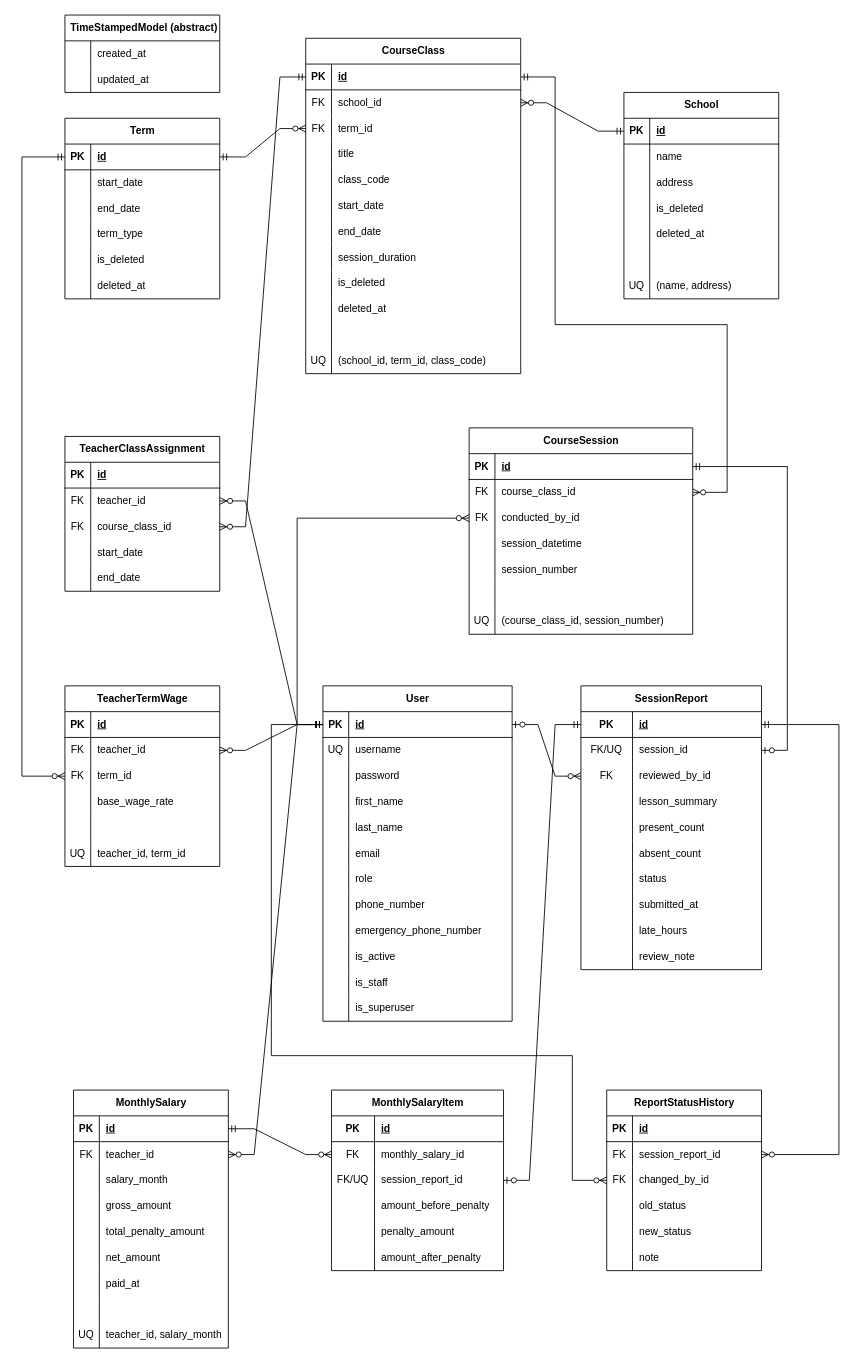
Above: docs/erd/erd.drawio in Vahidvhd/academic-operations-payroll-api (draw.io), before the change. Source tidied: cells renumbered, new cells numbered last; positions are measured from the earlier drawing's top-left corner, leaving out a move shared by most shapes. Both pictures are drawn from the tidied source at 86%, with x=0, y=0 at pixel (22, 15).
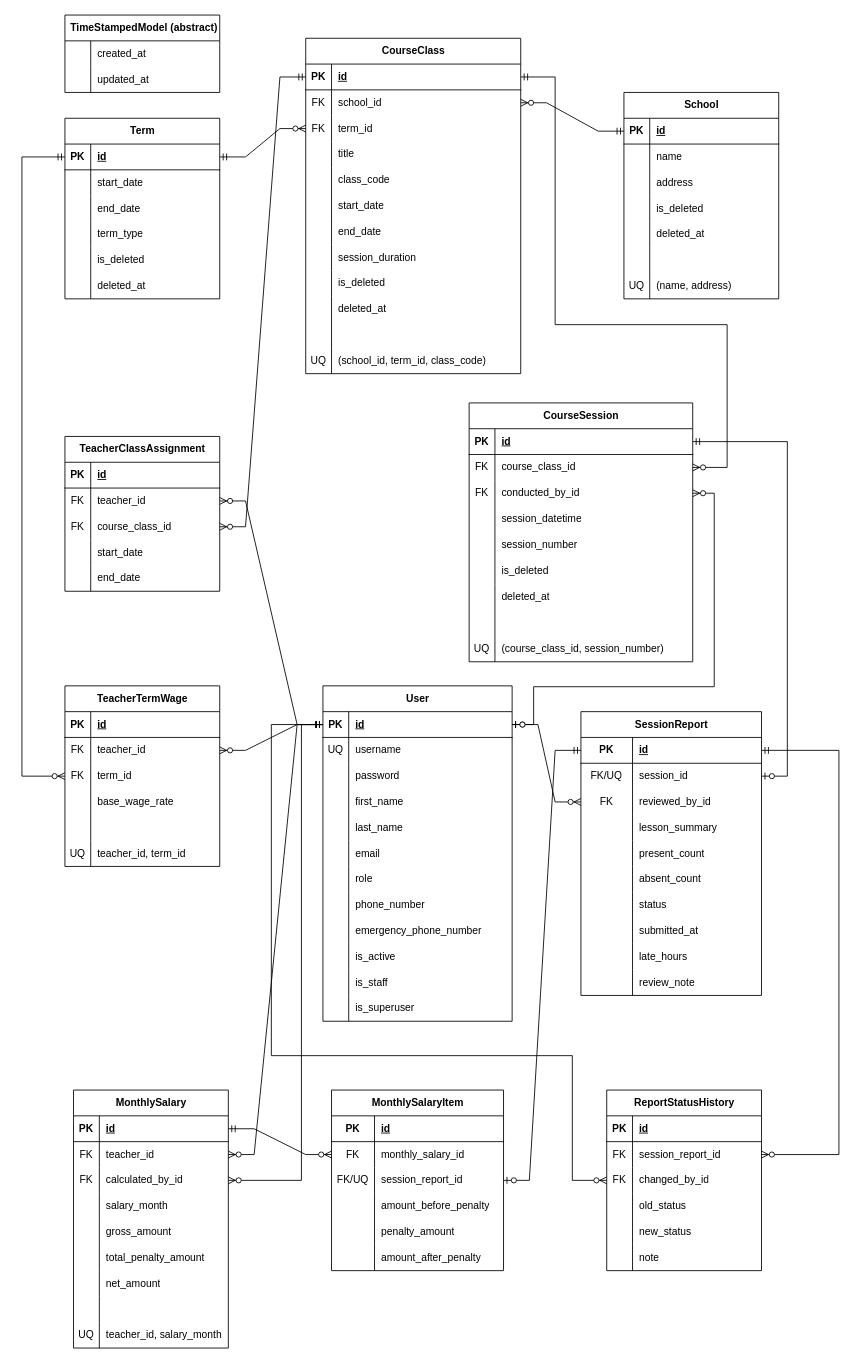
The same diagram, later.

Commit message (it also covers changes not shown here):
docs: update ERD for phase 4

The change refers to these unchanged cells:
```xml
<mxCell id="13" style="shape=tableRow;horizontal=0;startSize=0;swimlaneHead=0;swimlaneBody=0;fillColor=none;points=[[0,0.5],[1,0.5]];portConstraint=eastwest;top=0;left=0;right=0;bottom=0;" parent="9" vertex="1">
  <mxGeometry y="60" width="260" height="30" as="geometry" />
</mxCell>
<mxCell id="16" style="shape=tableRow;horizontal=0;startSize=0;swimlaneHead=0;swimlaneBody=0;fillColor=none;points=[[0,0.5],[1,0.5]];portConstraint=eastwest;top=0;left=0;right=0;bottom=0;" parent="9" vertex="1">
  <mxGeometry y="90" width="260" height="30" as="geometry" />
</mxCell>
<mxCell id="32" style="shape=tableRow;horizontal=0;startSize=0;swimlaneHead=0;swimlaneBody=0;fillColor=none;points=[[0,0.5],[1,0.5]];portConstraint=eastwest;top=0;left=0;right=0;bottom=1;" parent="31" vertex="1">
  <mxGeometry y="30" width="250" height="30" as="geometry" />
</mxCell>
<mxCell id="87" value="MonthlySalary" style="shape=table;startSize=30;childLayout=tableLayout;rowLines=0;fontStyle=1;align=center;html=1;" parent="1" vertex="1">
  <mxGeometry x="60" y="1250" width="180" height="300" as="geometry" />
</mxCell>
<mxCell id="141" style="shape=tableRow;horizontal=0;startSize=0;swimlaneHead=0;swimlaneBody=0;fillColor=none;points=[[0,0.5],[1,0.5]];portConstraint=eastwest;top=0;left=0;right=0;bottom=0;" parent="137" vertex="1">
  <mxGeometry y="60" width="180" height="30" as="geometry" />
</mxCell>
<mxCell id="157" style="shape=tableRow;horizontal=0;startSize=0;swimlaneHead=0;swimlaneBody=0;fillColor=none;points=[[0,0.5],[1,0.5]];portConstraint=eastwest;top=0;left=0;right=0;bottom=1;" parent="156" vertex="1">
  <mxGeometry y="30" width="220" height="30" as="geometry" />
</mxCell>
<mxCell id="210" style="shape=tableRow;horizontal=0;startSize=0;swimlaneHead=0;swimlaneBody=0;fillColor=none;points=[[0,0.5],[1,0.5]];portConstraint=eastwest;top=0;left=0;right=0;bottom=1;" parent="209" vertex="1">
  <mxGeometry y="30" width="210" height="30" as="geometry" />
</mxCell>
```

What changed in the source:
```diff
@@
     <mxCell id="9" value="CourseSession" style="shape=table;startSize=30;childLayout=tableLayout;rowLines=0;fontStyle=1;align=center;html=1;" parent="1" vertex="1">
-      <mxGeometry x="520" y="480" width="260" height="240" as="geometry" />
+      <mxGeometry x="520" y="451" width="260" height="301" as="geometry" />
     </mxCell>
@@
     <mxCell id="25" style="shape=tableRow;horizontal=0;startSize=0;swimlaneHead=0;swimlaneBody=0;fillColor=none;top=0;left=0;right=0;bottom=0;" parent="9" vertex="1">
-      <mxGeometry y="180" width="260" height="30" as="geometry" />
+      <mxGeometry y="180" width="260" height="31" as="geometry" />
     </mxCell>
     <mxCell id="26" style="shape=partialRectangle;fillColor=none;top=0;left=0;bottom=0;right=0;overflow=hidden;whiteSpace=wrap;html=1;" parent="25" vertex="1">
-      <mxGeometry width="30" height="30" as="geometry" />
+      <mxGeometry width="30" height="31" as="geometry" />
     </mxCell>
-    <mxCell id="27" style="shape=partialRectangle;fillColor=none;top=0;left=0;bottom=0;right=0;align=left;spacingLeft=6;overflow=hidden;whiteSpace=wrap;html=1;" parent="25" vertex="1">
-      <mxGeometry x="30" width="230" height="30" as="geometry" />
+    <mxCell id="27" value="is_deleted" style="shape=partialRectangle;fillColor=none;top=0;left=0;bottom=0;right=0;align=left;spacingLeft=6;overflow=hidden;whiteSpace=wrap;html=1;" parent="25" vertex="1">
+      <mxGeometry x="30" width="230" height="31" as="geometry" />
     </mxCell>
+    <mxCell id="293" style="shape=tableRow;horizontal=0;startSize=0;swimlaneHead=0;swimlaneBody=0;fillColor=none;top=0;left=0;right=0;bottom=0;" parent="9" vertex="1">
+      <mxGeometry y="211" width="260" height="30" as="geometry" />
+    </mxCell>
+    <mxCell id="294" style="shape=partialRectangle;fillColor=none;top=0;left=0;bottom=0;right=0;overflow=hidden;whiteSpace=wrap;html=1;" parent="293" vertex="1">
+      <mxGeometry width="30" height="30" as="geometry" />
+    </mxCell>
+    <mxCell id="295" value="deleted_at" style="shape=partialRectangle;fillColor=none;top=0;left=0;bottom=0;right=0;align=left;spacingLeft=6;overflow=hidden;whiteSpace=wrap;html=1;" parent="293" vertex="1">
+      <mxGeometry x="30" width="230" height="30" as="geometry" />
+    </mxCell>
+    <mxCell id="296" style="shape=tableRow;horizontal=0;startSize=0;swimlaneHead=0;swimlaneBody=0;fillColor=none;top=0;left=0;right=0;bottom=0;" parent="9" vertex="1">
+      <mxGeometry y="241" width="260" height="30" as="geometry" />
+    </mxCell>
+    <mxCell id="297" style="shape=partialRectangle;fillColor=none;top=0;left=0;bottom=0;right=0;overflow=hidden;whiteSpace=wrap;html=1;" parent="296" vertex="1">
+      <mxGeometry width="30" height="30" as="geometry" />
+    </mxCell>
+    <mxCell id="298" style="shape=partialRectangle;fillColor=none;top=0;left=0;bottom=0;right=0;align=left;spacingLeft=6;overflow=hidden;whiteSpace=wrap;html=1;" parent="296" vertex="1">
+      <mxGeometry x="30" width="230" height="30" as="geometry" />
+    </mxCell>
     <mxCell id="28" style="shape=tableRow;horizontal=0;startSize=0;swimlaneHead=0;swimlaneBody=0;fillColor=none;top=0;left=0;right=0;bottom=0;" parent="9" vertex="1">
-      <mxGeometry y="210" width="260" height="30" as="geometry" />
+      <mxGeometry y="271" width="260" height="30" as="geometry" />
     </mxCell>
@@
+    <mxCell id="299" style="shape=tableRow;horizontal=0;startSize=0;swimlaneHead=0;swimlaneBody=0;fillColor=none;points=[[0,0.5],[1,0.5]];portConstraint=eastwest;top=0;left=0;right=0;bottom=0;" parent="87" vertex="1">
+      <mxGeometry y="90" width="180" height="30" as="geometry" />
+    </mxCell>
+    <mxCell id="300" value="FK" style="shape=partialRectangle;fillColor=none;top=0;left=0;bottom=0;right=0;overflow=hidden;whiteSpace=wrap;html=1;" parent="299" vertex="1">
+      <mxGeometry width="30" height="30" as="geometry" />
+    </mxCell>
+    <mxCell id="301" value="calculated_by_id" style="shape=partialRectangle;fillColor=none;top=0;left=0;bottom=0;right=0;align=left;spacingLeft=6;overflow=hidden;whiteSpace=wrap;html=1;" parent="299" vertex="1">
+      <mxGeometry x="30" width="150" height="30" as="geometry" />
+    </mxCell>
     <mxCell id="94" style="shape=tableRow;horizontal=0;startSize=0;swimlaneHead=0;swimlaneBody=0;fillColor=none;top=0;left=0;right=0;bottom=0;" parent="87" vertex="1">
-      <mxGeometry y="90" width="180" height="30" as="geometry" />
+      <mxGeometry y="120" width="180" height="30" as="geometry" />
     </mxCell>
@@
     <mxCell id="97" style="shape=tableRow;horizontal=0;startSize=0;swimlaneHead=0;swimlaneBody=0;fillColor=none;top=0;left=0;right=0;bottom=0;" parent="87" vertex="1">
-      <mxGeometry y="120" width="180" height="30" as="geometry" />
+      <mxGeometry y="150" width="180" height="30" as="geometry" />
     </mxCell>
@@
     <mxCell id="100" style="shape=tableRow;horizontal=0;startSize=0;swimlaneHead=0;swimlaneBody=0;fillColor=none;top=0;left=0;right=0;bottom=0;" parent="87" vertex="1">
-      <mxGeometry y="150" width="180" height="30" as="geometry" />
+      <mxGeometry y="180" width="180" height="30" as="geometry" />
     </mxCell>
@@
     <mxCell id="103" style="shape=tableRow;horizontal=0;startSize=0;swimlaneHead=0;swimlaneBody=0;fillColor=none;top=0;left=0;right=0;bottom=0;" parent="87" vertex="1">
-      <mxGeometry y="180" width="180" height="30" as="geometry" />
+      <mxGeometry y="210" width="180" height="30" as="geometry" />
     </mxCell>
@@
-    <mxCell id="106" style="shape=tableRow;horizontal=0;startSize=0;swimlaneHead=0;swimlaneBody=0;fillColor=none;top=0;left=0;right=0;bottom=0;" parent="87" vertex="1">
-      <mxGeometry y="210" width="180" height="30" as="geometry" />
-    </mxCell>
-    <mxCell id="107" style="shape=partialRectangle;fillColor=none;top=0;left=0;bottom=0;right=0;overflow=hidden;whiteSpace=wrap;html=1;" parent="106" vertex="1">
-      <mxGeometry width="30" height="30" as="geometry" />
-    </mxCell>
-    <mxCell id="108" value="paid_at" style="shape=partialRectangle;fillColor=none;top=0;left=0;bottom=0;right=0;align=left;spacingLeft=6;overflow=hidden;whiteSpace=wrap;html=1;" parent="106" vertex="1">
-      <mxGeometry x="30" width="150" height="30" as="geometry" />
-    </mxCell>
@@
     <mxCell id="209" value="SessionReport" style="shape=table;startSize=30;childLayout=tableLayout;rowLines=0;fontStyle=1;align=center;html=1;" parent="1" vertex="1">
-      <mxGeometry x="650" y="780" width="210" height="330" as="geometry" />
+      <mxGeometry x="650" y="810" width="210" height="330" as="geometry" />
     </mxCell>
@@
     <mxCell id="282" style="edgeStyle=orthogonalEdgeStyle;fontSize=12;html=1;endArrow=ERzeroToMany;startArrow=ERmandOne;rounded=0;" parent="1" edge="1" source="32" target="13">
       <mxGeometry relative="1" as="geometry">
         <Array as="points">
           <mxPoint x="620" y="72" />
           <mxPoint x="620" y="360" />
           <mxPoint x="820" y="360" />
-          <mxPoint x="820" y="555" />
+          <mxPoint x="820" y="526" />
         </Array>
       </mxGeometry>
     </mxCell>
-    <mxCell id="283" style="edgeStyle=orthogonalEdgeStyle;fontSize=12;html=1;endArrow=ERzeroToMany;startArrow=ERmandOne;rounded=0;" parent="1" edge="1" source="157" target="16">
-      <mxGeometry relative="1" as="geometry">
-        <Array as="points">
-          <mxPoint x="320" y="825" />
-          <mxPoint x="320" y="585" />
-        </Array>
-      </mxGeometry>
-    </mxCell>
@@
     <mxCell id="286" style="edgeStyle=orthogonalEdgeStyle;fontSize=12;html=1;endArrow=ERzeroToMany;startArrow=ERmandOne;rounded=0;" parent="1" edge="1" source="210" target="141">
       <mxGeometry relative="1" as="geometry">
         <Array as="points">
-          <mxPoint x="950" y="825" />
+          <mxPoint x="950" y="855" />
           <mxPoint x="950" y="1325" />
         </Array>
       </mxGeometry>
     </mxCell>
@@
+    <mxCell id="302" style="edgeStyle=orthogonalEdgeStyle;fontSize=12;html=1;endArrow=ERzeroToMany;startArrow=ERmandOne;rounded=0;" parent="1" edge="1" source="157" target="299">
+      <mxGeometry relative="1" as="geometry">
+        <Array as="points">
+          <mxPoint x="325" y="825" />
+          <mxPoint x="325" y="1355" />
+        </Array>
+      </mxGeometry>
+    </mxCell>
+    <mxCell id="283" style="edgeStyle=orthogonalEdgeStyle;fontSize=12;html=1;endArrow=ERzeroToMany;startArrow=ERzeroToOne;rounded=0;" parent="1" edge="1" source="157" target="16">
+      <mxGeometry relative="1" as="geometry">
+        <Array as="points">
+          <mxPoint x="595" y="825" />
+          <mxPoint x="595" y="781" />
+          <mxPoint x="805" y="781" />
+          <mxPoint x="805" y="556" />
+        </Array>
+      </mxGeometry>
+    </mxCell>
```
